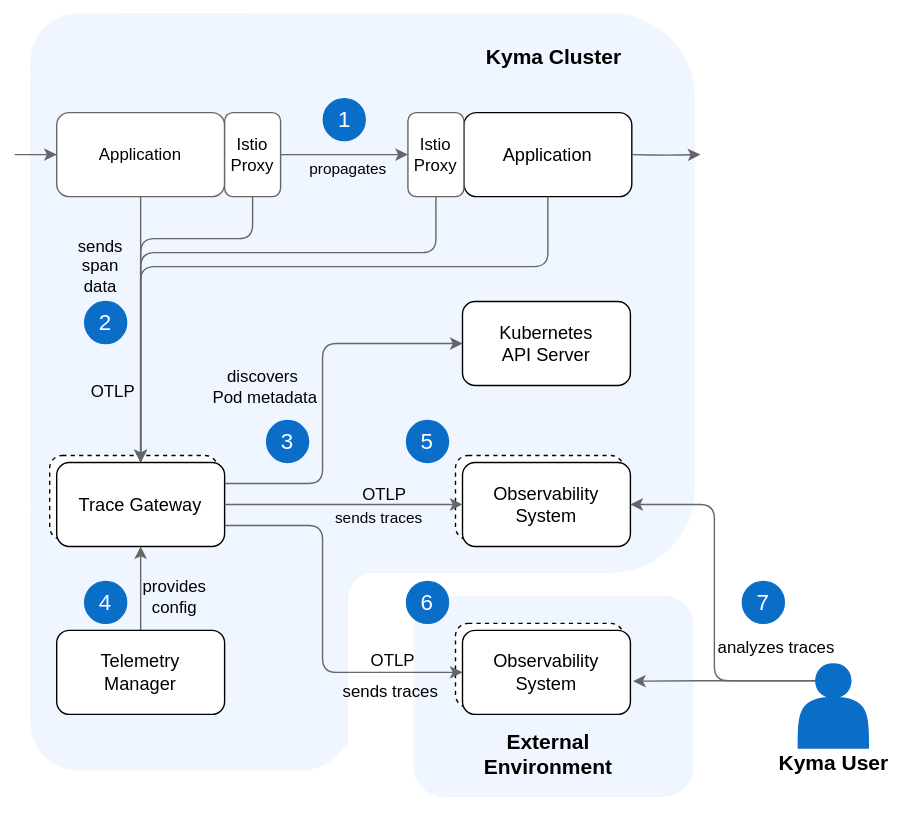
This is docs/user/assets/traces-arch.drawio.svg from kyma-project/telemetry-manager, a draw.io export, as it was before one commit. Source tidied: cells renumbered, new cells last; positions are measured from the earlier drawing's top-left corner, leaving out a move shared by most shapes.
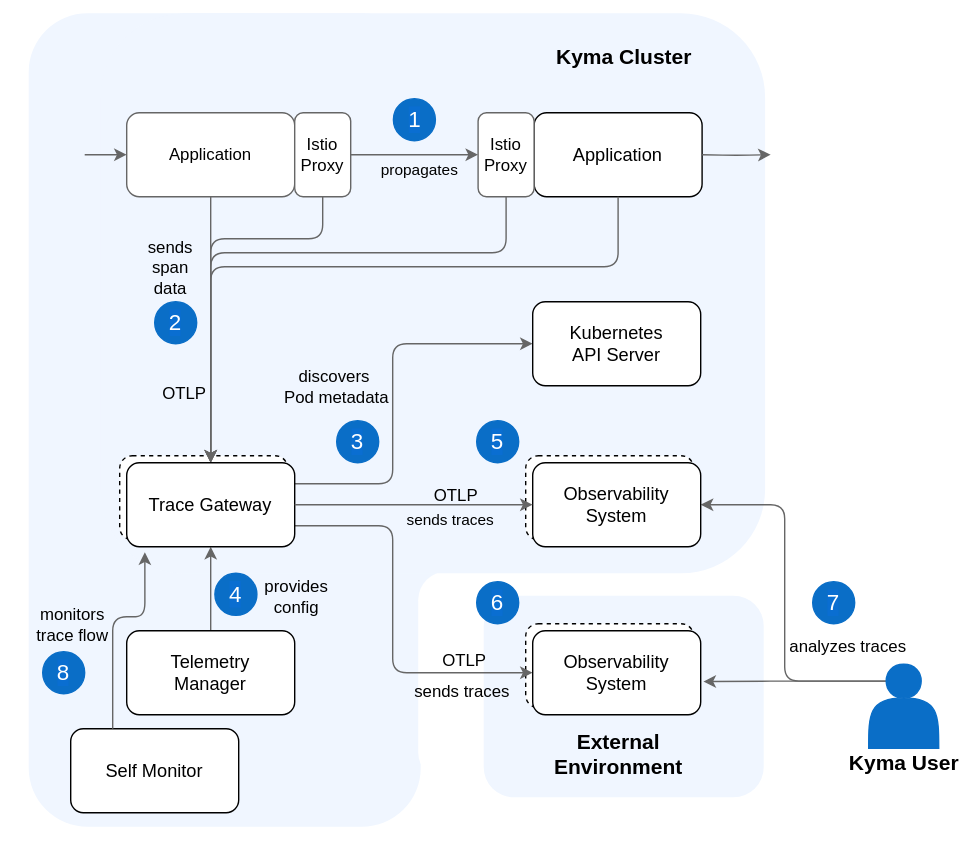
The same file after the commit.

Commit message:
docs: Add self-monitor to architecture figures

The edit, as a diff of the source:
```diff
@@ -3,13 +3,13 @@
     <mxCell id="0" />
     <mxCell id="1" parent="0" />
     <mxCell id="2" style="rounded=0;whiteSpace=wrap;html=1;strokeColor=none;fillColor=#FFFFFF;" parent="1" vertex="1">
-      <mxGeometry width="650" height="580" as="geometry" />
+      <mxGeometry x="-50" width="700" height="610" as="geometry" />
     </mxCell>
     <mxCell id="3" style="rounded=1;whiteSpace=wrap;html=1;strokeColor=none;fillColor=#F0F6FF;" parent="1" vertex="1">
       <mxGeometry x="240" y="402.5" width="118.7" height="135" as="geometry" />
     </mxCell>
     <mxCell id="4" style="rounded=1;whiteSpace=wrap;html=1;strokeColor=none;fillColor=#F0F6FF;" parent="1" vertex="1">
-      <mxGeometry x="21" y="9" width="229" height="541" as="geometry" />
+      <mxGeometry x="-30" y="9" width="280" height="581" as="geometry" />
     </mxCell>
     <mxCell id="5" style="rounded=1;whiteSpace=wrap;html=1;strokeColor=none;" parent="1" vertex="1">
       <mxGeometry x="248.2" y="407.5" width="138.3" height="150" as="geometry" />
@@ -41,7 +41,7 @@
     </mxCell>
     <mxCell id="12" value="&lt;font style=&quot;font-size: 12px&quot;&gt;provides&lt;br style=&quot;font-size: 12px;&quot;&gt;config&lt;br style=&quot;font-size: 12px;&quot;&gt;&lt;/font&gt;" style="text;html=1;align=center;verticalAlign=middle;labelBackgroundColor=none;fontSize=12;" parent="11" vertex="1">
       <mxGeometry x="-0.24" y="2" relative="1" as="geometry">
-        <mxPoint x="26" y="-2" as="offset" />
+        <mxPoint x="62" y="-2" as="offset" />
       </mxGeometry>
     </mxCell>
     <mxCell id="13" style="edgeStyle=orthogonalEdgeStyle;rounded=1;jettySize=auto;html=1;startArrow=none;startFill=0;endArrow=classic;endFill=1;strokeColor=#666666;entryX=0.5;entryY=0;entryDx=0;entryDy=0;exitX=0.5;exitY=1;exitDx=0;exitDy=0;" parent="1" edge="1" source="7" target="49">
@@ -67,7 +67,7 @@
       <mxGeometry x="40" y="450" width="120" height="60" as="geometry" />
     </mxCell>
     <mxCell id="18" value="&lt;font style=&quot;font-size: 16px&quot;&gt;4&lt;/font&gt;" style="ellipse;whiteSpace=wrap;html=1;labelBackgroundColor=#0A6ED1;fontColor=#FFFFFF;fillColor=#0A6EC7;strokeColor=#0A6EC7;" parent="1" vertex="1">
-      <mxGeometry x="60" y="415" width="30" height="30" as="geometry" />
+      <mxGeometry x="103" y="409" width="30" height="30" as="geometry" />
     </mxCell>
     <mxCell id="19" style="rounded=1;whiteSpace=wrap;html=1;strokeColor=none;fillColor=#F0F6FF;" parent="1" vertex="1">
       <mxGeometry x="295" y="425" width="200" height="144" as="geometry" />
@@ -223,5 +223,24 @@
         <mxPoint y="-6" as="offset" />
       </mxGeometry>
     </mxCell>
+    <mxCell id="56" value="Self Monitor" style="rounded=1;whiteSpace=wrap;html=1;fontSize=13;" parent="1" vertex="1">
+      <mxGeometry y="520" width="120" height="60" as="geometry" />
+    </mxCell>
+    <mxCell id="57" style="edgeStyle=orthogonalEdgeStyle;rounded=1;jettySize=auto;html=1;startArrow=none;startFill=0;endArrow=classic;endFill=1;exitX=0.25;exitY=0;exitDx=0;exitDy=0;strokeColor=#666666;entryX=0.108;entryY=1.067;entryDx=0;entryDy=0;entryPerimeter=0;" parent="1" edge="1" source="56" target="49">
+      <mxGeometry relative="1" as="geometry">
+        <Array as="points">
+          <mxPoint x="30" y="440" />
+          <mxPoint x="53" y="440" />
+        </Array>
+      </mxGeometry>
+    </mxCell>
+    <mxCell id="58" value="&lt;font style=&quot;font-size: 12px&quot;&gt;monitors&lt;/font&gt;&lt;div&gt;&lt;font style=&quot;font-size: 12px&quot;&gt;trace flow&lt;/font&gt;&lt;/div&gt;" style="text;html=1;align=center;verticalAlign=middle;labelBackgroundColor=none;fontSize=12;" parent="57" vertex="1">
+      <mxGeometry x="-0.24" y="2" relative="1" as="geometry">
+        <mxPoint x="-28" y="-18" as="offset" />
+      </mxGeometry>
+    </mxCell>
+    <mxCell id="59" value="&lt;font style=&quot;font-size: 16px&quot;&gt;8&lt;/font&gt;" style="ellipse;whiteSpace=wrap;html=1;labelBackgroundColor=#0A6ED1;fontColor=#FFFFFF;fillColor=#0A6EC7;strokeColor=#0A6EC7;" parent="1" vertex="1">
+      <mxGeometry x="-20" y="465" width="30" height="30" as="geometry" />
+    </mxCell>
   </root>
 </mxGraphModel>
```
